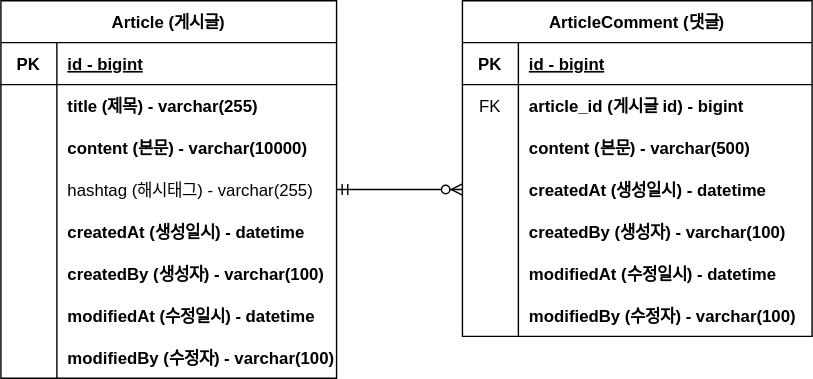
This is document/project-board-erd.svg from BackFoxx/fastcampus-project-board, a draw.io export, as it was before one commit. Source tidied: cells renumbered, new cells last; positions are measured from the earlier drawing's top-left corner, leaving out a move shared by most shapes.
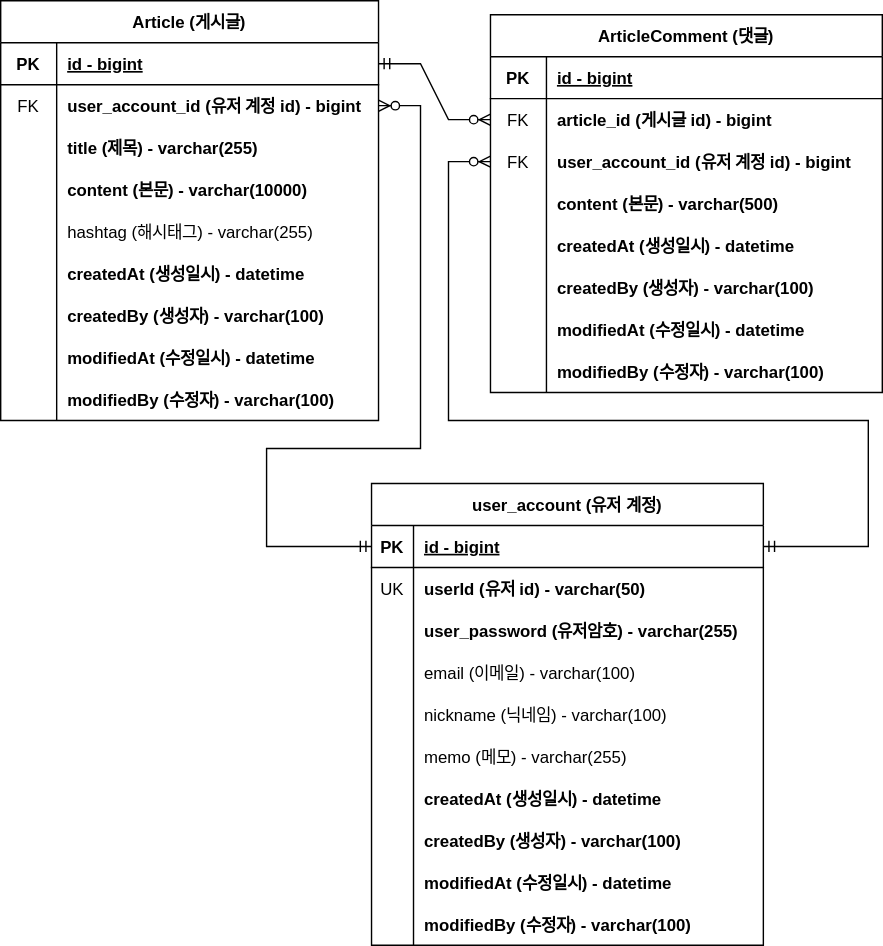
The same file after the commit.

What changed in the source:
```diff
@@ -5,6 +5,6 @@
     <mxCell id="2" value="Article (게시글)" style="shape=table;startSize=30;rowLines=0;fontStyle=1;align=center;" parent="1" vertex="1">
-      <mxGeometry width="240" height="270" as="geometry" />
+      <mxGeometry x="70" y="30" width="270" height="300" as="geometry" />
     </mxCell>
     <mxCell id="3" style="shape=tableRow;horizontal=0;startSize=0;swimlaneHead=0;swimlaneBody=0;fillColor=none;points=[[0,0.5],[1,0.5]];portConstraint=eastwest;top=0;left=0;right=0;bottom=1;" parent="2" vertex="1">
-      <mxGeometry y="30" width="240" height="30" as="geometry" />
+      <mxGeometry y="30" width="270" height="30" as="geometry" />
     </mxCell>
@@ -14,15 +14,24 @@
     <mxCell id="5" value="id - bigint" style="shape=partialRectangle;fillColor=none;top=0;left=0;bottom=0;right=0;align=left;spacingLeft=6;fontStyle=5;overflow=hidden;" parent="3" vertex="1">
-      <mxGeometry x="40" width="200" height="30" as="geometry" />
+      <mxGeometry x="40" width="230" height="30" as="geometry" />
     </mxCell>
     <mxCell id="6" style="shape=tableRow;horizontal=0;startSize=0;swimlaneHead=0;swimlaneBody=0;fillColor=none;points=[[0,0.5],[1,0.5]];portConstraint=eastwest;top=0;left=0;right=0;bottom=0;" parent="2" vertex="1">
-      <mxGeometry y="60" width="240" height="30" as="geometry" />
+      <mxGeometry y="60" width="270" height="30" as="geometry" />
     </mxCell>
-    <mxCell id="7" style="shape=partialRectangle;fillColor=none;top=0;left=0;bottom=0;right=0;overflow=hidden;" parent="6" vertex="1">
+    <mxCell id="7" value="FK" style="shape=partialRectangle;fillColor=none;top=0;left=0;bottom=0;right=0;overflow=hidden;" parent="6" vertex="1">
       <mxGeometry width="40" height="30" as="geometry" />
     </mxCell>
-    <mxCell id="8" value="title (제목) - varchar(255)" style="shape=partialRectangle;fillColor=none;top=0;left=0;bottom=0;right=0;align=left;spacingLeft=6;overflow=hidden;fontStyle=1;" parent="6" vertex="1">
-      <mxGeometry x="40" width="200" height="30" as="geometry" />
+    <mxCell id="8" value="user_account_id (유저 계정 id) - bigint" style="shape=partialRectangle;fillColor=none;top=0;left=0;bottom=0;right=0;align=left;spacingLeft=6;overflow=hidden;fontStyle=1;" parent="6" vertex="1">
+      <mxGeometry x="40" width="230" height="30" as="geometry" />
     </mxCell>
+    <mxCell id="50" style="shape=tableRow;horizontal=0;startSize=0;swimlaneHead=0;swimlaneBody=0;fillColor=none;top=0;left=0;right=0;bottom=0;" parent="2" vertex="1">
+      <mxGeometry y="90" width="270" height="30" as="geometry" />
+    </mxCell>
+    <mxCell id="51" style="shape=partialRectangle;fillColor=none;top=0;left=0;bottom=0;right=0;overflow=hidden;" parent="50" vertex="1">
+      <mxGeometry width="40" height="30" as="geometry" />
+    </mxCell>
+    <mxCell id="52" value="title (제목) - varchar(255)" style="shape=partialRectangle;fillColor=none;top=0;left=0;bottom=0;right=0;align=left;spacingLeft=6;overflow=hidden;fontStyle=1;" parent="50" vertex="1">
+      <mxGeometry x="40" width="230" height="30" as="geometry" />
+    </mxCell>
     <mxCell id="9" style="shape=tableRow;horizontal=0;startSize=0;swimlaneHead=0;swimlaneBody=0;fillColor=none;top=0;left=0;right=0;bottom=0;" parent="2" vertex="1">
-      <mxGeometry y="90" width="240" height="30" as="geometry" />
+      <mxGeometry y="120" width="270" height="30" as="geometry" />
     </mxCell>
@@ -32,6 +41,6 @@
     <mxCell id="11" value="content (본문) - varchar(10000)" style="shape=partialRectangle;fillColor=none;top=0;left=0;bottom=0;right=0;align=left;spacingLeft=6;overflow=hidden;fontStyle=1;" parent="9" vertex="1">
-      <mxGeometry x="40" width="200" height="30" as="geometry" />
+      <mxGeometry x="40" width="230" height="30" as="geometry" />
     </mxCell>
     <mxCell id="12" style="shape=tableRow;horizontal=0;startSize=0;swimlaneHead=0;swimlaneBody=0;fillColor=none;points=[[0,0.5],[1,0.5]];portConstraint=eastwest;top=0;left=0;right=0;bottom=0;" parent="2" vertex="1">
-      <mxGeometry y="120" width="240" height="30" as="geometry" />
+      <mxGeometry y="150" width="270" height="30" as="geometry" />
     </mxCell>
@@ -41,6 +50,6 @@
     <mxCell id="14" value="hashtag (해시태그) - varchar(255)" style="shape=partialRectangle;fillColor=none;top=0;left=0;bottom=0;right=0;align=left;spacingLeft=6;overflow=hidden;" parent="12" vertex="1">
-      <mxGeometry x="40" width="200" height="30" as="geometry" />
+      <mxGeometry x="40" width="230" height="30" as="geometry" />
     </mxCell>
     <mxCell id="15" style="shape=tableRow;horizontal=0;startSize=0;swimlaneHead=0;swimlaneBody=0;fillColor=none;top=0;left=0;right=0;bottom=0;" parent="2" vertex="1">
-      <mxGeometry y="150" width="240" height="30" as="geometry" />
+      <mxGeometry y="180" width="270" height="30" as="geometry" />
     </mxCell>
@@ -50,6 +59,6 @@
     <mxCell id="17" value="createdAt (생성일시) - datetime" style="shape=partialRectangle;fillColor=none;top=0;left=0;bottom=0;right=0;align=left;spacingLeft=6;overflow=hidden;fontStyle=1;" parent="15" vertex="1">
-      <mxGeometry x="40" width="200" height="30" as="geometry" />
+      <mxGeometry x="40" width="230" height="30" as="geometry" />
     </mxCell>
     <mxCell id="18" style="shape=tableRow;horizontal=0;startSize=0;swimlaneHead=0;swimlaneBody=0;fillColor=none;top=0;left=0;right=0;bottom=0;" parent="2" vertex="1">
-      <mxGeometry y="180" width="240" height="30" as="geometry" />
+      <mxGeometry y="210" width="270" height="30" as="geometry" />
     </mxCell>
@@ -59,6 +68,6 @@
     <mxCell id="20" value="createdBy (생성자) - varchar(100)" style="shape=partialRectangle;fillColor=none;top=0;left=0;bottom=0;right=0;align=left;spacingLeft=6;overflow=hidden;fontStyle=1;" parent="18" vertex="1">
-      <mxGeometry x="40" width="200" height="30" as="geometry" />
+      <mxGeometry x="40" width="230" height="30" as="geometry" />
     </mxCell>
     <mxCell id="21" style="shape=tableRow;horizontal=0;startSize=0;swimlaneHead=0;swimlaneBody=0;fillColor=none;top=0;left=0;right=0;bottom=0;" parent="2" vertex="1">
-      <mxGeometry y="210" width="240" height="30" as="geometry" />
+      <mxGeometry y="240" width="270" height="30" as="geometry" />
     </mxCell>
@@ -68,6 +77,6 @@
     <mxCell id="23" value="modifiedAt (수정일시) - datetime" style="shape=partialRectangle;fillColor=none;top=0;left=0;bottom=0;right=0;align=left;spacingLeft=6;overflow=hidden;fontStyle=1;" parent="21" vertex="1">
-      <mxGeometry x="40" width="200" height="30" as="geometry" />
+      <mxGeometry x="40" width="230" height="30" as="geometry" />
     </mxCell>
     <mxCell id="24" style="shape=tableRow;horizontal=0;startSize=0;swimlaneHead=0;swimlaneBody=0;fillColor=none;top=0;left=0;right=0;bottom=0;" parent="2" vertex="1">
-      <mxGeometry y="240" width="240" height="30" as="geometry" />
+      <mxGeometry y="270" width="270" height="30" as="geometry" />
     </mxCell>
@@ -77,9 +86,9 @@
     <mxCell id="26" value="modifiedBy (수정자) - varchar(100)" style="shape=partialRectangle;fillColor=none;top=0;left=0;bottom=0;right=0;align=left;spacingLeft=6;overflow=hidden;fontStyle=1;" parent="24" vertex="1">
-      <mxGeometry x="40" width="200" height="30" as="geometry" />
+      <mxGeometry x="40" width="230" height="30" as="geometry" />
     </mxCell>
     <mxCell id="27" value="ArticleComment (댓글)" style="shape=table;startSize=30;rowLines=0;fontStyle=1;align=center;" parent="1" vertex="1">
-      <mxGeometry x="330" width="250" height="240" as="geometry" />
+      <mxGeometry x="420" y="40" width="280" height="270" as="geometry" />
     </mxCell>
     <mxCell id="28" style="shape=tableRow;horizontal=0;startSize=0;swimlaneHead=0;swimlaneBody=0;fillColor=none;top=0;left=0;right=0;bottom=1;" parent="27" vertex="1">
-      <mxGeometry y="30" width="250" height="30" as="geometry" />
+      <mxGeometry y="30" width="280" height="30" as="geometry" />
     </mxCell>
@@ -89,6 +98,6 @@
     <mxCell id="30" value="id - bigint" style="shape=partialRectangle;fillColor=none;top=0;left=0;bottom=0;right=0;align=left;spacingLeft=6;fontStyle=5;overflow=hidden;" parent="28" vertex="1">
-      <mxGeometry x="40" width="210" height="30" as="geometry" />
+      <mxGeometry x="40" width="240" height="30" as="geometry" />
     </mxCell>
     <mxCell id="31" style="shape=tableRow;horizontal=0;startSize=0;swimlaneHead=0;swimlaneBody=0;fillColor=none;points=[[0,0.5],[1,0.5]];portConstraint=eastwest;top=0;left=0;right=0;bottom=0;" parent="27" vertex="1">
-      <mxGeometry y="60" width="250" height="30" as="geometry" />
+      <mxGeometry y="60" width="280" height="30" as="geometry" />
     </mxCell>
@@ -98,15 +107,24 @@
     <mxCell id="33" value="article_id (게시글 id) - bigint" style="shape=partialRectangle;fillColor=none;top=0;left=0;bottom=0;right=0;align=left;spacingLeft=6;overflow=hidden;fontStyle=1;" parent="31" vertex="1">
-      <mxGeometry x="40" width="210" height="30" as="geometry" />
+      <mxGeometry x="40" width="240" height="30" as="geometry" />
     </mxCell>
     <mxCell id="34" style="shape=tableRow;horizontal=0;startSize=0;swimlaneHead=0;swimlaneBody=0;fillColor=none;points=[[0,0.5],[1,0.5]];portConstraint=eastwest;top=0;left=0;right=0;bottom=0;" parent="27" vertex="1">
-      <mxGeometry y="90" width="250" height="30" as="geometry" />
+      <mxGeometry y="90" width="280" height="30" as="geometry" />
     </mxCell>
-    <mxCell id="35" style="shape=partialRectangle;fillColor=none;top=0;left=0;bottom=0;right=0;overflow=hidden;" parent="34" vertex="1">
+    <mxCell id="35" value="FK" style="shape=partialRectangle;fillColor=none;top=0;left=0;bottom=0;right=0;overflow=hidden;" parent="34" vertex="1">
       <mxGeometry width="40" height="30" as="geometry" />
     </mxCell>
-    <mxCell id="36" value="content (본문) - varchar(500)" style="shape=partialRectangle;fillColor=none;top=0;left=0;bottom=0;right=0;align=left;spacingLeft=6;overflow=hidden;fontStyle=1;" parent="34" vertex="1">
-      <mxGeometry x="40" width="210" height="30" as="geometry" />
+    <mxCell id="36" value="user_account_id (유저 계정 id) - bigint" style="shape=partialRectangle;fillColor=none;top=0;left=0;bottom=0;right=0;align=left;spacingLeft=6;overflow=hidden;fontStyle=1;" parent="34" vertex="1">
+      <mxGeometry x="40" width="240" height="30" as="geometry" />
     </mxCell>
+    <mxCell id="53" style="shape=tableRow;horizontal=0;startSize=0;swimlaneHead=0;swimlaneBody=0;fillColor=none;top=0;left=0;right=0;bottom=0;" parent="27" vertex="1">
+      <mxGeometry y="120" width="280" height="30" as="geometry" />
+    </mxCell>
+    <mxCell id="54" style="shape=partialRectangle;fillColor=none;top=0;left=0;bottom=0;right=0;overflow=hidden;" parent="53" vertex="1">
+      <mxGeometry width="40" height="30" as="geometry" />
+    </mxCell>
+    <mxCell id="55" value="content (본문) - varchar(500)" style="shape=partialRectangle;fillColor=none;top=0;left=0;bottom=0;right=0;align=left;spacingLeft=6;overflow=hidden;fontStyle=1;" parent="53" vertex="1">
+      <mxGeometry x="40" width="240" height="30" as="geometry" />
+    </mxCell>
     <mxCell id="37" style="shape=tableRow;horizontal=0;startSize=0;swimlaneHead=0;swimlaneBody=0;fillColor=none;points=[[0,0.5],[1,0.5]];portConstraint=eastwest;top=0;left=0;right=0;bottom=0;" parent="27" vertex="1">
-      <mxGeometry y="120" width="250" height="30" as="geometry" />
+      <mxGeometry y="150" width="280" height="30" as="geometry" />
     </mxCell>
@@ -116,6 +134,6 @@
     <mxCell id="39" value="createdAt (생성일시) - datetime" style="shape=partialRectangle;fillColor=none;top=0;left=0;bottom=0;right=0;align=left;spacingLeft=6;overflow=hidden;fontStyle=1;" parent="37" vertex="1">
-      <mxGeometry x="40" width="210" height="30" as="geometry" />
+      <mxGeometry x="40" width="240" height="30" as="geometry" />
     </mxCell>
     <mxCell id="40" style="shape=tableRow;horizontal=0;startSize=0;swimlaneHead=0;swimlaneBody=0;fillColor=none;top=0;left=0;right=0;bottom=0;" parent="27" vertex="1">
-      <mxGeometry y="150" width="250" height="30" as="geometry" />
+      <mxGeometry y="180" width="280" height="30" as="geometry" />
     </mxCell>
@@ -125,6 +143,6 @@
     <mxCell id="42" value="createdBy (생성자) - varchar(100)" style="shape=partialRectangle;fillColor=none;top=0;left=0;bottom=0;right=0;align=left;spacingLeft=6;overflow=hidden;fontStyle=1;" parent="40" vertex="1">
-      <mxGeometry x="40" width="210" height="30" as="geometry" />
+      <mxGeometry x="40" width="240" height="30" as="geometry" />
     </mxCell>
     <mxCell id="43" style="shape=tableRow;horizontal=0;startSize=0;swimlaneHead=0;swimlaneBody=0;fillColor=none;top=0;left=0;right=0;bottom=0;" parent="27" vertex="1">
-      <mxGeometry y="180" width="250" height="30" as="geometry" />
+      <mxGeometry y="210" width="280" height="30" as="geometry" />
     </mxCell>
@@ -134,6 +152,6 @@
     <mxCell id="45" value="modifiedAt (수정일시) - datetime" style="shape=partialRectangle;fillColor=none;top=0;left=0;bottom=0;right=0;align=left;spacingLeft=6;overflow=hidden;fontStyle=1;" parent="43" vertex="1">
-      <mxGeometry x="40" width="210" height="30" as="geometry" />
+      <mxGeometry x="40" width="240" height="30" as="geometry" />
     </mxCell>
     <mxCell id="46" style="shape=tableRow;horizontal=0;startSize=0;swimlaneHead=0;swimlaneBody=0;fillColor=none;top=0;left=0;right=0;bottom=0;" parent="27" vertex="1">
-      <mxGeometry y="210" width="250" height="30" as="geometry" />
+      <mxGeometry y="240" width="280" height="30" as="geometry" />
     </mxCell>
@@ -143,7 +161,120 @@
     <mxCell id="48" value="modifiedBy (수정자) - varchar(100)" style="shape=partialRectangle;fillColor=none;top=0;left=0;bottom=0;right=0;align=left;spacingLeft=6;overflow=hidden;fontStyle=1;" parent="46" vertex="1">
-      <mxGeometry x="40" width="210" height="30" as="geometry" />
+      <mxGeometry x="40" width="240" height="30" as="geometry" />
     </mxCell>
-    <mxCell id="49" style="edgeStyle=entityRelationEdgeStyle;fontSize=12;html=1;endArrow=ERzeroToMany;startArrow=ERmandOne;rounded=0;exitX=1;exitY=0.5;exitDx=0;exitDy=0;entryX=0;entryY=0.5;entryDx=0;entryDy=0;" parent="1" edge="1" source="12" target="37">
+    <mxCell id="49" style="edgeStyle=entityRelationEdgeStyle;fontSize=12;html=1;endArrow=ERzeroToMany;startArrow=ERmandOne;rounded=0;exitX=1;exitY=0.5;exitDx=0;exitDy=0;entryX=0;entryY=0.5;entryDx=0;entryDy=0;" parent="1" edge="1" source="3" target="31">
       <mxGeometry relative="1" as="geometry" />
     </mxCell>
+    <mxCell id="56" value="user_account (유저 계정)" style="shape=table;startSize=30;rowLines=0;fontStyle=1;align=center;" parent="1" vertex="1">
+      <mxGeometry x="335" y="375" width="280" height="330" as="geometry" />
+    </mxCell>
+    <mxCell id="57" style="shape=tableRow;horizontal=0;startSize=0;swimlaneHead=0;swimlaneBody=0;fillColor=none;points=[[0,0.5],[1,0.5]];portConstraint=eastwest;top=0;left=0;right=0;bottom=1;" parent="56" vertex="1">
+      <mxGeometry y="30" width="280" height="30" as="geometry" />
+    </mxCell>
+    <mxCell id="58" value="PK" style="shape=partialRectangle;fillColor=none;top=0;left=0;bottom=0;right=0;fontStyle=1;overflow=hidden;" parent="57" vertex="1">
+      <mxGeometry width="30" height="30" as="geometry" />
+    </mxCell>
+    <mxCell id="59" value="id - bigint" style="shape=partialRectangle;fillColor=none;top=0;left=0;bottom=0;right=0;align=left;spacingLeft=6;fontStyle=5;overflow=hidden;" parent="57" vertex="1">
+      <mxGeometry x="30" width="250" height="30" as="geometry" />
+    </mxCell>
+    <mxCell id="60" style="shape=tableRow;horizontal=0;startSize=0;swimlaneHead=0;swimlaneBody=0;fillColor=none;top=0;left=0;right=0;bottom=0;" parent="56" vertex="1">
+      <mxGeometry y="60" width="280" height="30" as="geometry" />
+    </mxCell>
+    <mxCell id="61" value="UK" style="shape=partialRectangle;fillColor=none;top=0;left=0;bottom=0;right=0;overflow=hidden;" parent="60" vertex="1">
+      <mxGeometry width="30" height="30" as="geometry" />
+    </mxCell>
+    <mxCell id="62" value="userId (유저 id) - varchar(50)" style="shape=partialRectangle;fillColor=none;top=0;left=0;bottom=0;right=0;align=left;spacingLeft=6;overflow=hidden;fontStyle=1;" parent="60" vertex="1">
+      <mxGeometry x="30" width="250" height="30" as="geometry" />
+    </mxCell>
+    <mxCell id="63" style="shape=tableRow;horizontal=0;startSize=0;swimlaneHead=0;swimlaneBody=0;fillColor=none;top=0;left=0;right=0;bottom=0;fontStyle=0;" parent="56" vertex="1">
+      <mxGeometry y="90" width="280" height="30" as="geometry" />
+    </mxCell>
+    <mxCell id="64" style="shape=partialRectangle;fillColor=none;top=0;left=0;bottom=0;right=0;overflow=hidden;" parent="63" vertex="1">
+      <mxGeometry width="30" height="30" as="geometry" />
+    </mxCell>
+    <mxCell id="65" value="user_password (유저암호) - varchar(255)" style="shape=partialRectangle;fillColor=none;top=0;left=0;bottom=0;right=0;align=left;spacingLeft=6;overflow=hidden;fontStyle=1;" parent="63" vertex="1">
+      <mxGeometry x="30" width="250" height="30" as="geometry" />
+    </mxCell>
+    <mxCell id="66" style="shape=tableRow;horizontal=0;startSize=0;swimlaneHead=0;swimlaneBody=0;fillColor=none;top=0;left=0;right=0;bottom=0;" parent="56" vertex="1">
+      <mxGeometry y="120" width="280" height="30" as="geometry" />
+    </mxCell>
+    <mxCell id="67" style="shape=partialRectangle;fillColor=none;top=0;left=0;bottom=0;right=0;overflow=hidden;" parent="66" vertex="1">
+      <mxGeometry width="30" height="30" as="geometry" />
+    </mxCell>
+    <mxCell id="68" value="email (이메일) - varchar(100)" style="shape=partialRectangle;fillColor=none;top=0;left=0;bottom=0;right=0;align=left;spacingLeft=6;overflow=hidden;" parent="66" vertex="1">
+      <mxGeometry x="30" width="250" height="30" as="geometry" />
+    </mxCell>
+    <mxCell id="69" style="shape=tableRow;horizontal=0;startSize=0;swimlaneHead=0;swimlaneBody=0;fillColor=none;top=0;left=0;right=0;bottom=0;" parent="56" vertex="1">
+      <mxGeometry y="150" width="280" height="30" as="geometry" />
+    </mxCell>
+    <mxCell id="70" style="shape=partialRectangle;fillColor=none;top=0;left=0;bottom=0;right=0;overflow=hidden;" parent="69" vertex="1">
+      <mxGeometry width="30" height="30" as="geometry" />
+    </mxCell>
+    <mxCell id="71" value="nickname (닉네임) - varchar(100)" style="shape=partialRectangle;fillColor=none;top=0;left=0;bottom=0;right=0;align=left;spacingLeft=6;overflow=hidden;" parent="69" vertex="1">
+      <mxGeometry x="30" width="250" height="30" as="geometry" />
+    </mxCell>
+    <mxCell id="72" style="shape=tableRow;horizontal=0;startSize=0;swimlaneHead=0;swimlaneBody=0;fillColor=none;top=0;left=0;right=0;bottom=0;" parent="56" vertex="1">
+      <mxGeometry y="180" width="280" height="30" as="geometry" />
+    </mxCell>
+    <mxCell id="73" style="shape=partialRectangle;fillColor=none;top=0;left=0;bottom=0;right=0;overflow=hidden;" parent="72" vertex="1">
+      <mxGeometry width="30" height="30" as="geometry" />
+    </mxCell>
+    <mxCell id="74" value="memo (메모) - varchar(255)" style="shape=partialRectangle;fillColor=none;top=0;left=0;bottom=0;right=0;align=left;spacingLeft=6;overflow=hidden;" parent="72" vertex="1">
+      <mxGeometry x="30" width="250" height="30" as="geometry" />
+    </mxCell>
+    <mxCell id="75" style="shape=tableRow;horizontal=0;startSize=0;swimlaneHead=0;swimlaneBody=0;fillColor=none;top=0;left=0;right=0;bottom=0;" parent="56" vertex="1">
+      <mxGeometry y="210" width="280" height="30" as="geometry" />
+    </mxCell>
+    <mxCell id="76" style="shape=partialRectangle;fillColor=none;top=0;left=0;bottom=0;right=0;overflow=hidden;" parent="75" vertex="1">
+      <mxGeometry width="30" height="30" as="geometry" />
+    </mxCell>
+    <mxCell id="77" value="createdAt (생성일시) - datetime" style="shape=partialRectangle;fillColor=none;top=0;left=0;bottom=0;right=0;align=left;spacingLeft=6;overflow=hidden;fontStyle=1;" parent="75" vertex="1">
+      <mxGeometry x="30" width="250" height="30" as="geometry" />
+    </mxCell>
+    <mxCell id="78" style="shape=tableRow;horizontal=0;startSize=0;swimlaneHead=0;swimlaneBody=0;fillColor=none;top=0;left=0;right=0;bottom=0;" parent="56" vertex="1">
+      <mxGeometry y="240" width="280" height="30" as="geometry" />
+    </mxCell>
+    <mxCell id="79" style="shape=partialRectangle;fillColor=none;top=0;left=0;bottom=0;right=0;overflow=hidden;" parent="78" vertex="1">
+      <mxGeometry width="30" height="30" as="geometry" />
+    </mxCell>
+    <mxCell id="80" value="createdBy (생성자) - varchar(100)" style="shape=partialRectangle;fillColor=none;top=0;left=0;bottom=0;right=0;align=left;spacingLeft=6;overflow=hidden;fontStyle=1;" parent="78" vertex="1">
+      <mxGeometry x="30" width="250" height="30" as="geometry" />
+    </mxCell>
+    <mxCell id="81" style="shape=tableRow;horizontal=0;startSize=0;swimlaneHead=0;swimlaneBody=0;fillColor=none;top=0;left=0;right=0;bottom=0;" parent="56" vertex="1">
+      <mxGeometry y="270" width="280" height="30" as="geometry" />
+    </mxCell>
+    <mxCell id="82" style="shape=partialRectangle;fillColor=none;top=0;left=0;bottom=0;right=0;overflow=hidden;" parent="81" vertex="1">
+      <mxGeometry width="30" height="30" as="geometry" />
+    </mxCell>
+    <mxCell id="83" value="modifiedAt (수정일시) - datetime" style="shape=partialRectangle;fillColor=none;top=0;left=0;bottom=0;right=0;align=left;spacingLeft=6;overflow=hidden;fontStyle=1;" parent="81" vertex="1">
+      <mxGeometry x="30" width="250" height="30" as="geometry" />
+    </mxCell>
+    <mxCell id="84" style="shape=tableRow;horizontal=0;startSize=0;swimlaneHead=0;swimlaneBody=0;fillColor=none;top=0;left=0;right=0;bottom=0;" parent="56" vertex="1">
+      <mxGeometry y="300" width="280" height="30" as="geometry" />
+    </mxCell>
+    <mxCell id="85" style="shape=partialRectangle;fillColor=none;top=0;left=0;bottom=0;right=0;overflow=hidden;" parent="84" vertex="1">
+      <mxGeometry width="30" height="30" as="geometry" />
+    </mxCell>
+    <mxCell id="86" value="modifiedBy (수정자) - varchar(100)" style="shape=partialRectangle;fillColor=none;top=0;left=0;bottom=0;right=0;align=left;spacingLeft=6;overflow=hidden;fontStyle=1;" parent="84" vertex="1">
+      <mxGeometry x="30" width="250" height="30" as="geometry" />
+    </mxCell>
+    <mxCell id="87" style="edgeStyle=orthogonalEdgeStyle;fontSize=12;html=1;endArrow=ERzeroToMany;startArrow=ERmandOne;rounded=0;entryX=1;entryY=0.5;entryDx=0;entryDy=0;exitX=0;exitY=0.5;exitDx=0;exitDy=0;" parent="1" edge="1" source="57" target="6">
+      <mxGeometry relative="1" as="geometry">
+        <Array as="points">
+          <mxPoint x="260" y="420" />
+          <mxPoint x="260" y="350" />
+          <mxPoint x="370" y="350" />
+          <mxPoint x="370" y="105" />
+        </Array>
+      </mxGeometry>
+    </mxCell>
+    <mxCell id="88" style="edgeStyle=orthogonalEdgeStyle;fontSize=12;html=1;endArrow=ERzeroToMany;startArrow=ERmandOne;rounded=0;entryX=0;entryY=0.5;entryDx=0;entryDy=0;exitX=1;exitY=0.5;exitDx=0;exitDy=0;" parent="1" edge="1" source="57" target="34">
+      <mxGeometry relative="1" as="geometry">
+        <Array as="points">
+          <mxPoint x="690" y="420" />
+          <mxPoint x="690" y="330" />
+          <mxPoint x="390" y="330" />
+          <mxPoint x="390" y="145" />
+        </Array>
+      </mxGeometry>
+    </mxCell>
   </root>
```
